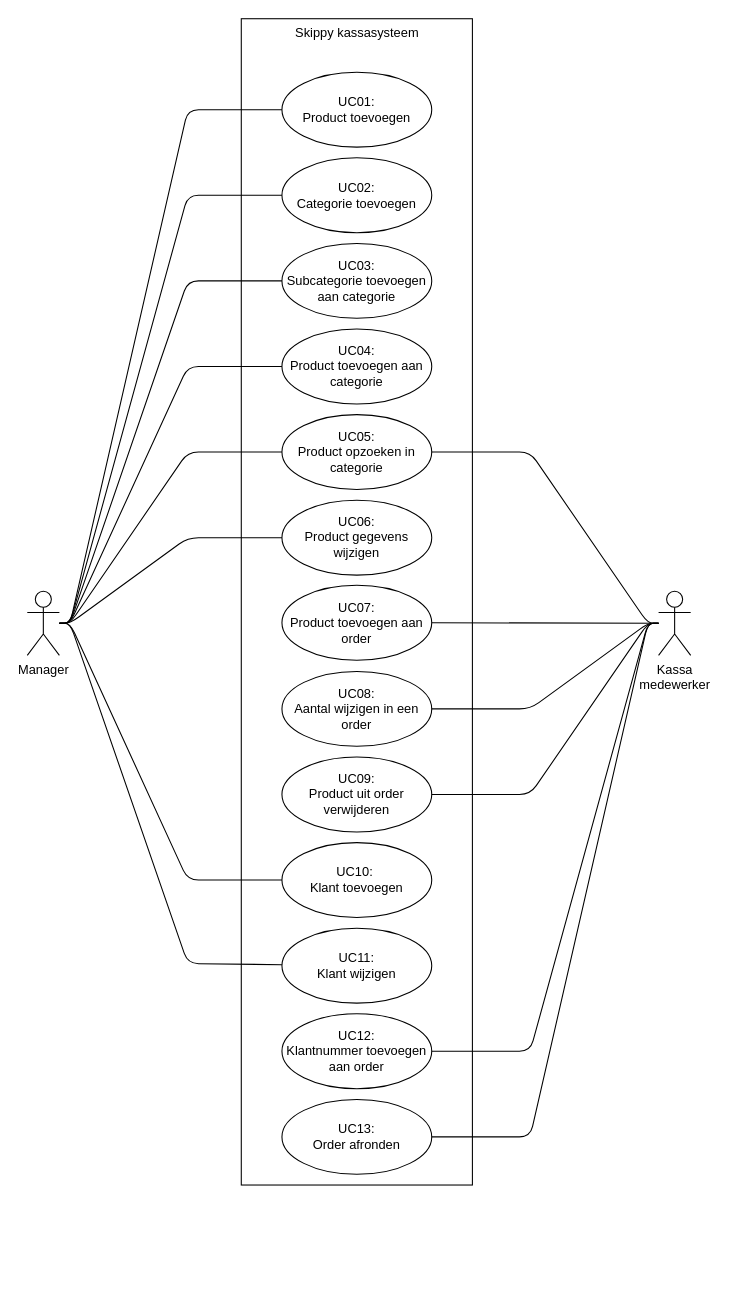
This is Diagrams/UseCaseDiagram.drawio from LuukdeKinderen/S2Software, a draw.io file, before an edit. Source tidied: cells renumbered, new cells numbered last; positions are measured from the earlier drawing's top-left corner, leaving out a move shared by most shapes. Both pictures are drawn from the tidied source at 107%, with x=0, y=0 at pixel (27, 18).
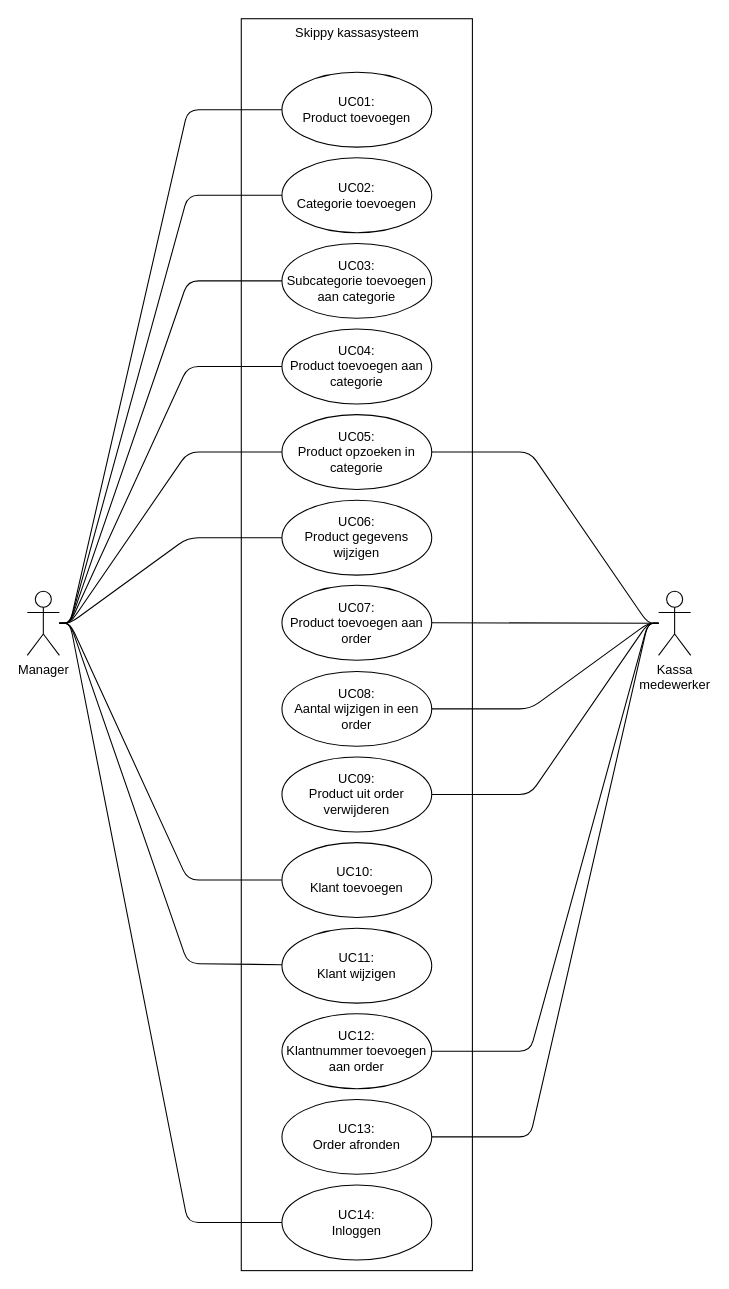
The same page after the edit.

Unchanged cells that the change refers to:
```xml
<mxCell id="3" value="Manager&lt;br&gt;" style="shape=umlActor;verticalLabelPosition=bottom;labelBackgroundColor=#ffffff;verticalAlign=top;html=1;outlineConnect=0;" parent="1" vertex="1">
  <mxGeometry y="535" width="30" height="60" as="geometry" />
</mxCell>
```

Diff of the diagram source:
```diff
@@
     <mxCell id="2" value="Skippy kassasysteem" style="html=1;verticalAlign=top;fillColor=none;" parent="1" vertex="1">
-      <mxGeometry x="200" width="216" height="1090" as="geometry" />
+      <mxGeometry x="200" width="216" height="1170" as="geometry" />
     </mxCell>
@@
+    <mxCell id="32" value="UC14: &lt;br&gt;Inloggen" style="ellipse;whiteSpace=wrap;html=1;" parent="1" vertex="1">
+      <mxGeometry x="238" y="1090" width="140" height="70" as="geometry" />
+    </mxCell>
+    <mxCell id="33" style="endArrow=none;html=1;" parent="1" edge="1" source="3" target="32">
+      <mxGeometry relative="1" as="geometry">
+        <Array as="points">
+          <mxPoint x="40" y="565" />
+          <mxPoint x="150" y="1125" />
+        </Array>
+      </mxGeometry>
+    </mxCell>
```
